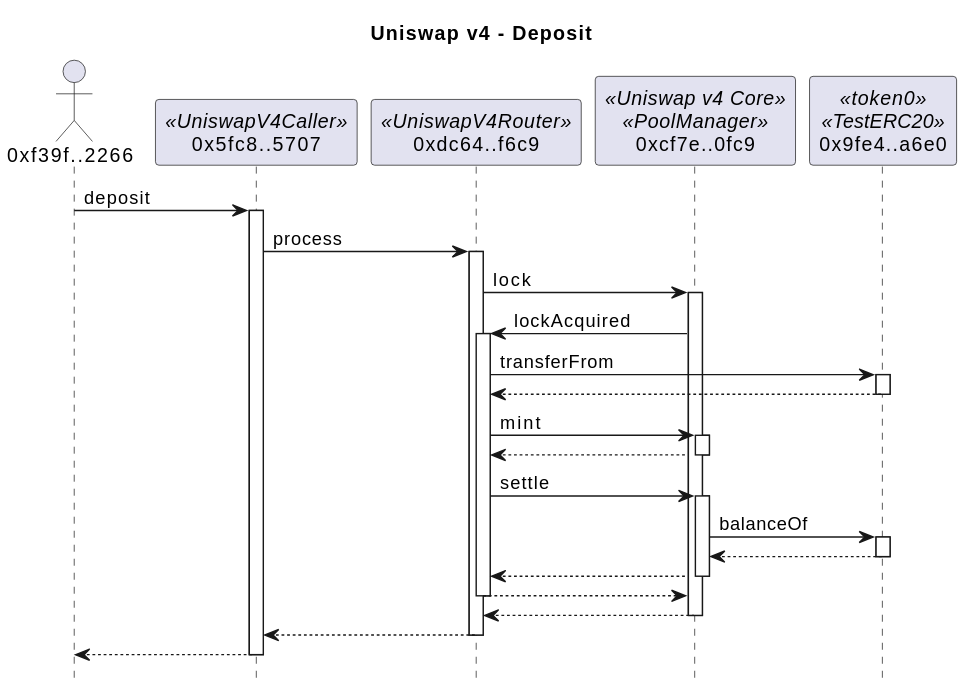
Before: docs/depositSummary.svg, a diagram exported from PlantUML (naddison36/uniswap-v4-hooks).
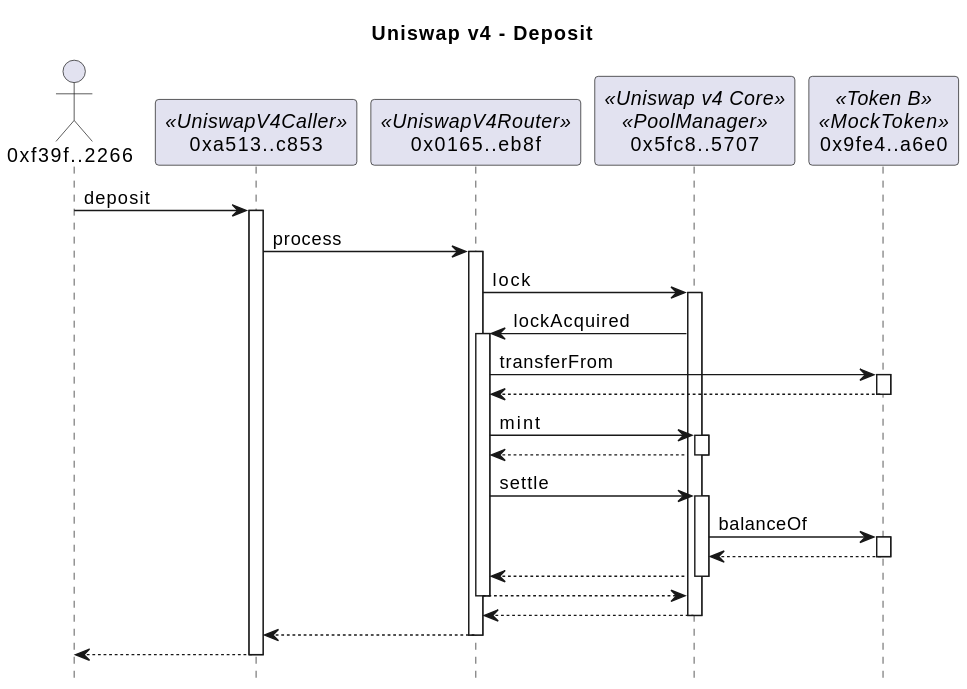
After the change.

Diff of the diagram source:
```diff
@@ -3,28 +3,28 @@
 hide footbox
 
 actor "0xf39f..2266" as f39f2266
-participant "0x5fc8..5707" as 5fc85707 <<UniswapV4Caller>>
-participant "0xdc64..f6c9" as dc64f6c9 <<UniswapV4Router>>
-participant "0xcf7e..0fc9" as cf7e0fc9 <<Uniswap v4 Core>><<PoolManager>>
-participant "0x9fe4..a6e0" as 9fe4a6e0 <<token0>><<TestERC20>>
+participant "0xa513..c853" as a513c853 <<UniswapV4Caller>>
+participant "0x0165..eb8f" as 0165eb8f <<UniswapV4Router>>
+participant "0x5fc8..5707" as 5fc85707 <<Uniswap v4 Core>><<PoolManager>>
+participant "0x9fe4..a6e0" as 9fe4a6e0 <<Token B>><<MockToken>>
 
-f39f2266 -> 5fc85707: deposit
+f39f2266 -> a513c853: deposit
+activate a513c853
+a513c853 -> 0165eb8f: process
+activate 0165eb8f
+0165eb8f -> 5fc85707: lock
 activate 5fc85707
-5fc85707 -> dc64f6c9: process
-activate dc64f6c9
-dc64f6c9 -> cf7e0fc9: lock
-activate cf7e0fc9
-cf7e0fc9 -> dc64f6c9: lockAcquired
-activate dc64f6c9
-dc64f6c9 -> 9fe4a6e0: transferFrom
+5fc85707 -> 0165eb8f: lockAcquired
+activate 0165eb8f
+0165eb8f -> 9fe4a6e0: transferFrom
 activate 9fe4a6e0
 return
-dc64f6c9 -> cf7e0fc9: mint
-activate cf7e0fc9
+0165eb8f -> 5fc85707: mint
+activate 5fc85707
 return
-dc64f6c9 -> cf7e0fc9: settle
-activate cf7e0fc9
-cf7e0fc9 -> 9fe4a6e0: balanceOf
+0165eb8f -> 5fc85707: settle
+activate 5fc85707
+5fc85707 -> 9fe4a6e0: balanceOf
 activate 9fe4a6e0
 return
 return
```
